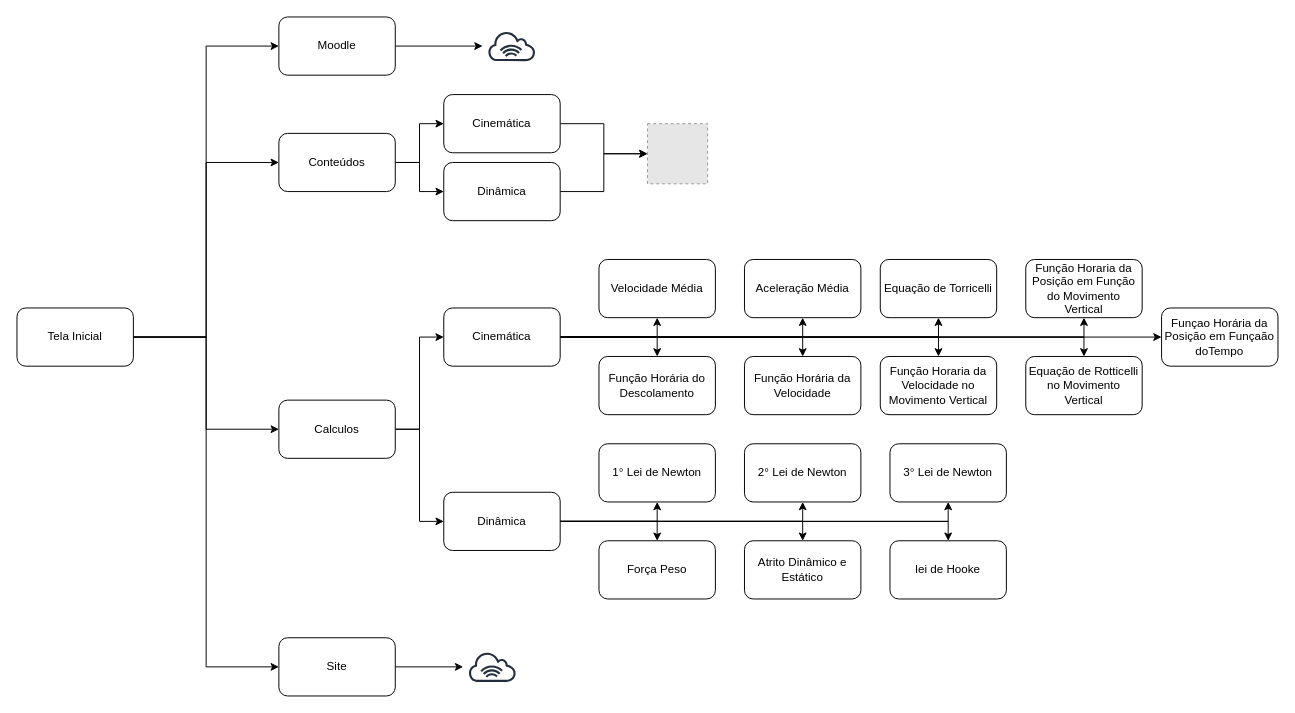
Before: Documentos/ModelagemEFisico.drawio in grachetp/e-fisico3.0, a draw.io diagram. Source tidied: cells renumbered, new cells numbered last; positions are measured from the earlier drawing's top-left corner, leaving out a move shared by most shapes. Both pictures are drawn from the tidied source at 97%, with x=0, y=0 at pixel (16, 16). Pictures stored in the file or linked from it are replaced by grey dashed boxes.
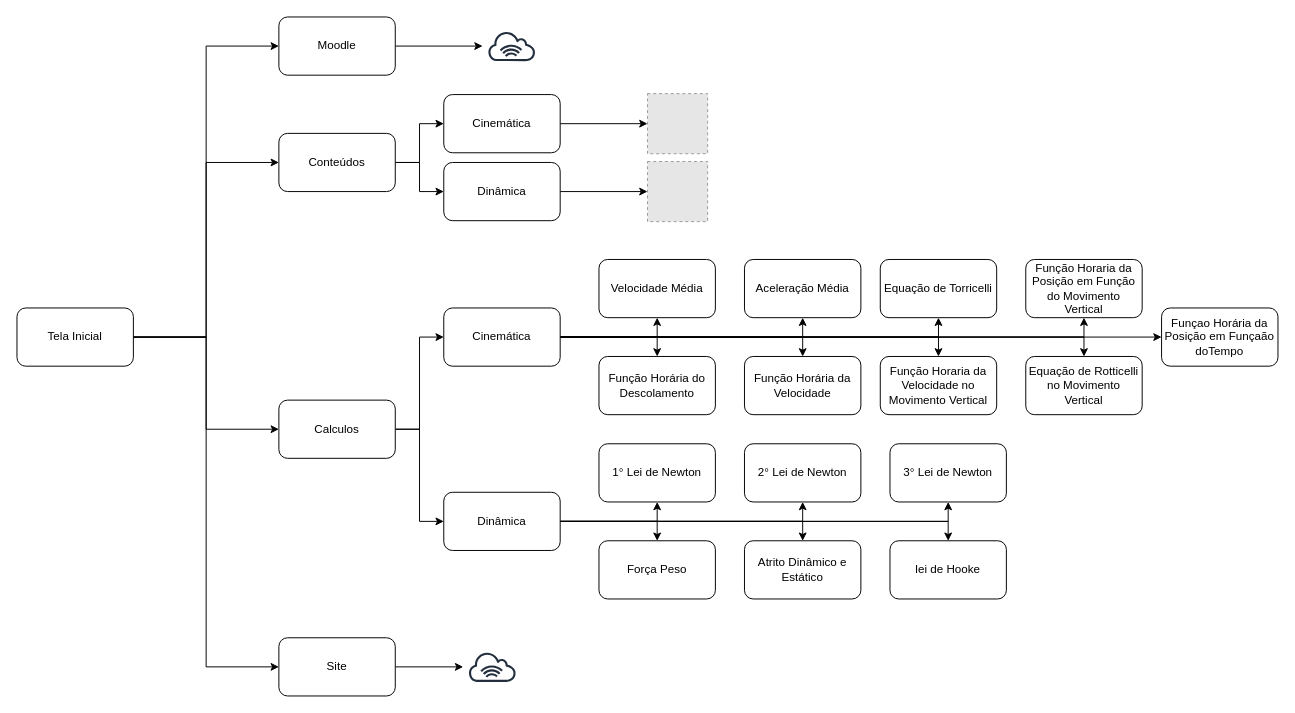
After the change.

The change refers to these unchanged cells:
```xml
<mxCell id="21" value="Dinâmica" style="rounded=1;whiteSpace=wrap;html=1;" parent="1" vertex="1">
  <mxGeometry x="440" y="150" width="120" height="60" as="geometry" />
</mxCell>
```

Diff of the diagram source:
```diff
@@
-    <mxCell id="20" style="edgeStyle=orthogonalEdgeStyle;rounded=0;jettySize=auto;html=1;" parent="1" edge="1" source="21" target="22">
-      <mxGeometry relative="1" as="geometry" />
-    </mxCell>
+    <mxCell id="56" style="edgeStyle=orthogonalEdgeStyle;rounded=0;jettySize=auto;html=1;entryX=0;entryY=0.5;entryDx=0;entryDy=0;" parent="1" edge="1" source="21" target="57">
+      <mxGeometry relative="1" as="geometry" />
+    </mxCell>
@@
     <mxCell id="22" style="fillColor=#E6E6E6;strokeColor=#999999;dashed=1;verticalLabelPosition=bottom;labelBackgroundColor=default;verticalAlign=top;" parent="1" vertex="1">
-      <mxGeometry x="650" y="110" width="62" height="62" as="geometry" />
+      <mxGeometry x="650" y="79" width="62" height="62" as="geometry" />
     </mxCell>
@@
+    <mxCell id="57" style="fillColor=#E6E6E6;strokeColor=#999999;dashed=1;verticalLabelPosition=bottom;labelBackgroundColor=default;verticalAlign=top;" parent="1" vertex="1">
+      <mxGeometry x="650" y="149" width="62" height="62" as="geometry" />
+    </mxCell>
```
